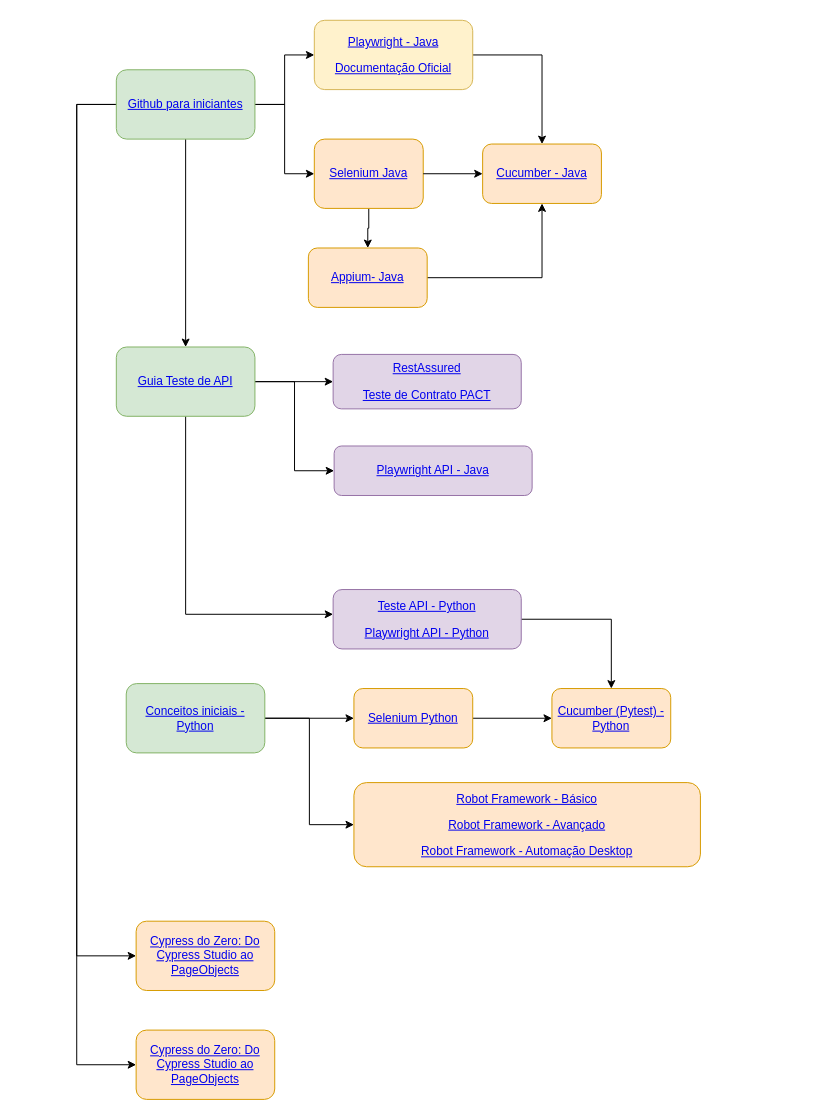
atomicsolutions/leaning-path keeps this draw.io diagram as Learning Path - Automatizador.drawio. Above is the earlier version. Source tidied: cells renumbered, new cells numbered last; positions are measured from the earlier drawing's top-left corner, leaving out a move shared by most shapes. Both pictures are drawn from the tidied source at 99%, with x=0, y=0 at pixel (76, 20).
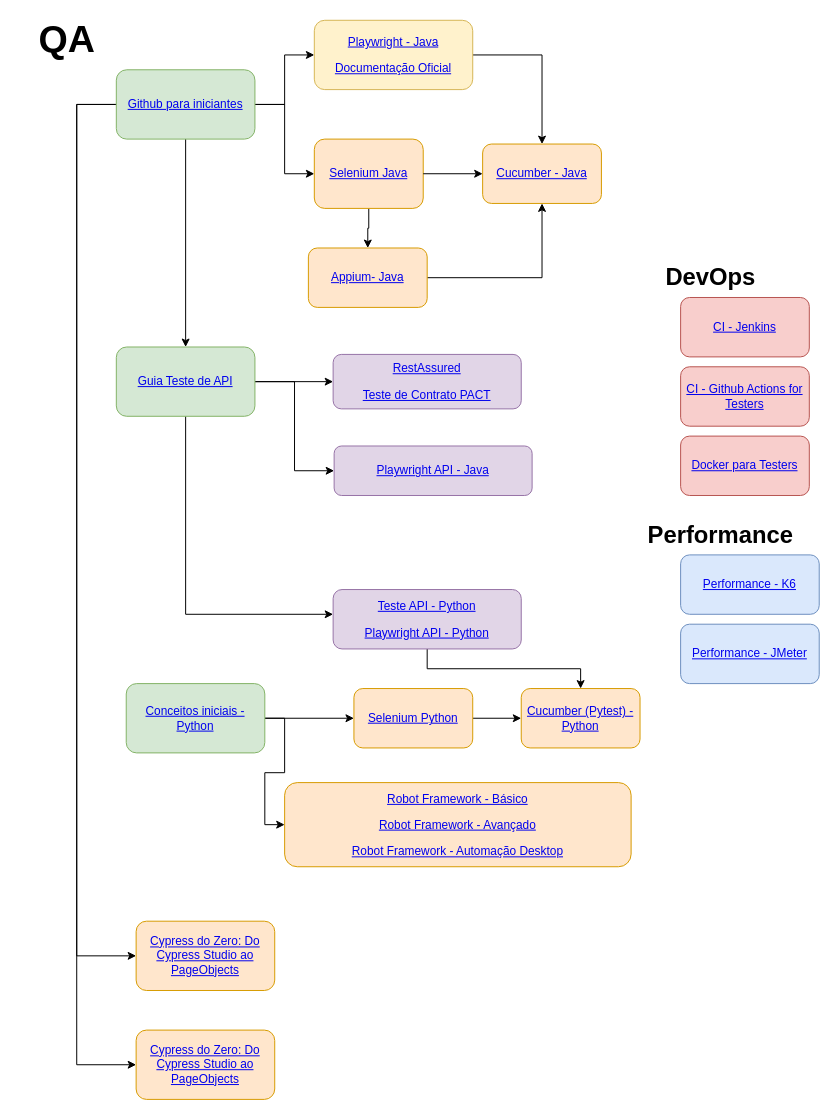
The same page after the edit.

Commit message:
Inclusão DevOps e Performance

What changed in the source:
```diff
@@
     <mxCell id="29" value="&lt;a target=&quot;_blank&quot; href=&quot;https://testautomationu.applitools.com/behavior-driven-python-with-pytest-bdd/&quot;&gt;Cucumber (Pytest) - Python&lt;/a&gt;" style="rounded=1;whiteSpace=wrap;html=1;fillColor=#ffe6cc;strokeColor=#d79b00;" parent="1" vertex="1">
-      <mxGeometry x="480" y="675" width="120" height="60" as="geometry" />
+      <mxGeometry x="449" y="675" width="120" height="60" as="geometry" />
     </mxCell>
     <mxCell id="30" value="&lt;p&gt;&lt;a target=&quot;_blank&quot; href=&quot;https://www.udemy.com/course/automacao-de-testes-com-robot-framework-basico/learn/lecture/9504432#overview&quot;&gt;Robot Framework - Básico&lt;/a&gt;&lt;/p&gt;&lt;p&gt;&lt;a target=&quot;_blank&quot; href=&quot;https://www.udemy.com/course/automacao-de-testes-com-robot-framework-avancado/learn/lecture/16030036?src=sac&amp;amp;kw=Robot#overview&quot;&gt;Robot Framework - Avançado&lt;/a&gt;&lt;/p&gt;&lt;p&gt;&lt;a target=&quot;_blank&quot; href=&quot;https://www.youtube.com/watch?v=WIIm6eeqKM4&quot;&gt;Robot Framework - Automação Desktop&lt;/a&gt;&lt;/p&gt;" style="rounded=1;whiteSpace=wrap;html=1;fillColor=#ffe6cc;strokeColor=#d79b00;" parent="1" vertex="1">
-      <mxGeometry x="280" y="770" width="350" height="85" as="geometry" />
+      <mxGeometry x="210" y="770" width="350" height="85" as="geometry" />
     </mxCell>
@@
+    <mxCell id="33" value="DevOps" style="text;strokeColor=none;fillColor=none;html=1;fontSize=24;fontStyle=1;verticalAlign=middle;align=center;" parent="1" vertex="1">
+      <mxGeometry x="590" y="240" width="100" height="40" as="geometry" />
+    </mxCell>
+    <mxCell id="34" value="&lt;a target=&quot;_blank&quot; href=&quot;https://www.udemy.com/course/integracao-continua-jenkins/learn/lecture/18549580#overview&quot;&gt;CI - Jenkins&lt;/a&gt;" style="rounded=1;whiteSpace=wrap;html=1;fillColor=#f8cecc;strokeColor=#b85450;" parent="1" vertex="1">
+      <mxGeometry x="610" y="280" width="130" height="60" as="geometry" />
+    </mxCell>
+    <mxCell id="35" value="&lt;a target=&quot;_blank&quot; href=&quot;https://www.youtube.com/playlist?list=PL9ok7C7Yn9A9jiuK3iGfC6lFCQtxxD9sX&quot;&gt;Docker para Testers&lt;/a&gt;" style="rounded=1;whiteSpace=wrap;html=1;fillColor=#f8cecc;strokeColor=#b85450;" parent="1" vertex="1">
+      <mxGeometry x="610" y="420" width="130" height="60" as="geometry" />
+    </mxCell>
+    <mxCell id="36" value="&lt;a href=&quot;https://www.youtube.com/playlist?list=PL9ok7C7Yn9A-6uidd3RXZPf5EfhxkPXa_&quot; target=&quot;_blank&quot;&gt;CI - Github Actions for Testers&lt;/a&gt;" style="rounded=1;whiteSpace=wrap;html=1;fillColor=#f8cecc;strokeColor=#b85450;" parent="1" vertex="1">
+      <mxGeometry x="610" y="350" width="130" height="60" as="geometry" />
+    </mxCell>
+    <mxCell id="37" value="Performance" style="text;strokeColor=none;fillColor=none;html=1;fontSize=24;fontStyle=1;verticalAlign=middle;align=center;" parent="1" vertex="1">
+      <mxGeometry x="600" y="500" width="100" height="40" as="geometry" />
+    </mxCell>
+    <mxCell id="38" value="&lt;a target=&quot;_blank&quot; href=&quot;https://www.udemy.com/course/teste-de-performance-com-k6/learn/lecture/35993676?components=add_to_cart%2Cavailable_coupons%2Cbase_purchase_section%2Cbuy_button%2Cbuy_for_team%2Ccacheable_buy_button%2Ccacheable_deal_badge%2Ccacheable_discount_expiration%2Ccacheable_price_text%2Ccacheable_purchase_text%2Ccurated_for_ufb_notice_context%2Ccurriculum_context%2Cdeal_badge%2Cdiscount_expiration%2Cgift_this_course%2Cincentives%2Cinstructor_links%2Clifetime_access_context%2Cmoney_back_guarantee%2Cprice_text%2Cpurchase_tabs_context%2Cpurchase%2Crecommendation%2Credeem_coupon%2Csidebar_container%2Cpurchase_body_container#overview&quot;&gt;Performance - K6&lt;/a&gt;" style="rounded=1;whiteSpace=wrap;html=1;fillColor=#dae8fc;strokeColor=#6c8ebf;" parent="1" vertex="1">
+      <mxGeometry x="610" y="540" width="140" height="60" as="geometry" />
+    </mxCell>
+    <mxCell id="39" value="&lt;a target=&quot;_blank&quot; href=&quot;https://www.udemy.com/course/testes-de-performance-com-jmeter-basico-ao-avancado/learn/lecture/10545064#overview&quot;&gt;Performance - JMeter&lt;/a&gt;" style="rounded=1;whiteSpace=wrap;html=1;fillColor=#dae8fc;strokeColor=#6c8ebf;" parent="1" vertex="1">
+      <mxGeometry x="610" y="610" width="140" height="60" as="geometry" />
+    </mxCell>
+    <mxCell id="40" value="&lt;font style=&quot;font-size: 38px;&quot;&gt;QA&lt;/font&gt;" style="text;strokeColor=none;fillColor=none;html=1;fontSize=24;fontStyle=1;verticalAlign=middle;align=center;" parent="1" vertex="1">
+      <mxGeometry x="-60" width="100" height="40" as="geometry" />
+    </mxCell>
```
